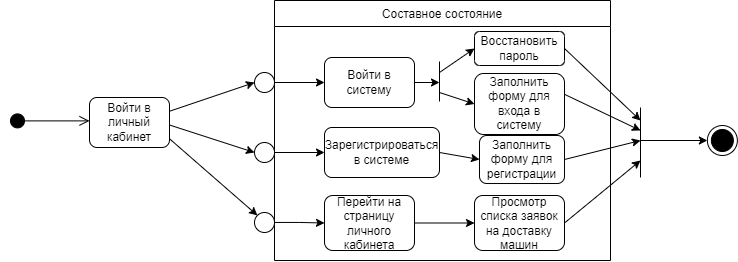
The draw.io diagram Diagrams/Диаграмма состояний (Statechart diagram)/Statechart diagram-Водитель-курьер.drawio.png in plnppt/Programming-technologies-project, before a commit. Source tidied: cells renumbered, new cells last; positions are measured from the earlier drawing's top-left corner, leaving out a move shared by most shapes. The source it was exported from:
```xml
<mxGraphModel>
  <root>
    <mxCell id="0" />
    <mxCell id="1" parent="0" />
    <mxCell id="2" style="html=1;verticalAlign=bottom;startArrow=circle;startFill=1;endArrow=open;startSize=6;endSize=8;rounded=0;" parent="1" edge="1">
      <mxGeometry relative="1" as="geometry">
        <mxPoint y="120.4" as="sourcePoint" />
        <mxPoint x="80" y="120.4" as="targetPoint" />
      </mxGeometry>
    </mxCell>
    <mxCell id="3" value="Войти в личный кабинет" style="rounded=1;whiteSpace=wrap;html=1;" parent="1" vertex="1">
      <mxGeometry x="80" y="97" width="80" height="50" as="geometry" />
    </mxCell>
    <mxCell id="4" value="Составное состояние" style="swimlane;fontStyle=0;horizontal=1;startSize=26;fillColor=none;" parent="1" vertex="1">
      <mxGeometry x="265" width="336" height="260" as="geometry" />
    </mxCell>
    <mxCell id="5" style="endArrow=none;html=1;rounded=0;" parent="4" edge="1">
      <mxGeometry relative="1" as="geometry">
        <mxPoint x="165" y="101" as="sourcePoint" />
        <mxPoint x="165" y="61" as="targetPoint" />
      </mxGeometry>
    </mxCell>
    <mxCell id="6" value="Войти в систему" style="rounded=1;whiteSpace=wrap;html=1;" parent="1" vertex="1">
      <mxGeometry x="315" y="57" width="90" height="50" as="geometry" />
    </mxCell>
    <mxCell id="7" value="Зарегистрироваться в системе" style="rounded=1;whiteSpace=wrap;html=1;" parent="1" vertex="1">
      <mxGeometry x="315" y="127" width="115" height="50" as="geometry" />
    </mxCell>
    <mxCell id="8" style="edgeStyle=orthogonalEdgeStyle;rounded=0;jettySize=auto;html=1;entryX=0;entryY=0.5;entryDx=0;entryDy=0;" parent="1" edge="1" source="9" target="32">
      <mxGeometry relative="1" as="geometry" />
    </mxCell>
    <mxCell id="9" value="Перейти на страницу личного кабинета" style="rounded=1;whiteSpace=wrap;html=1;" parent="1" vertex="1">
      <mxGeometry x="315" y="195" width="90" height="55" as="geometry" />
    </mxCell>
    <mxCell id="10" style="edgeStyle=orthogonalEdgeStyle;rounded=0;jettySize=auto;html=1;entryX=0;entryY=0.5;entryDx=0;entryDy=0;" parent="1" edge="1" source="11" target="6">
      <mxGeometry relative="1" as="geometry" />
    </mxCell>
    <mxCell id="11" style="ellipse;whiteSpace=wrap;html=1;" parent="1" vertex="1">
      <mxGeometry x="245" y="72" width="20" height="20" as="geometry" />
    </mxCell>
    <mxCell id="12" style="edgeStyle=orthogonalEdgeStyle;rounded=0;jettySize=auto;html=1;entryX=0;entryY=0.5;entryDx=0;entryDy=0;" parent="1" edge="1" source="13" target="7">
      <mxGeometry relative="1" as="geometry" />
    </mxCell>
    <mxCell id="13" style="ellipse;whiteSpace=wrap;html=1;" parent="1" vertex="1">
      <mxGeometry x="245" y="142" width="20" height="20" as="geometry" />
    </mxCell>
    <mxCell id="14" style="edgeStyle=orthogonalEdgeStyle;rounded=0;jettySize=auto;html=1;entryX=0;entryY=0.5;entryDx=0;entryDy=0;" parent="1" edge="1" source="15" target="9">
      <mxGeometry relative="1" as="geometry" />
    </mxCell>
    <mxCell id="15" style="ellipse;whiteSpace=wrap;html=1;" parent="1" vertex="1">
      <mxGeometry x="245" y="212" width="20" height="20" as="geometry" />
    </mxCell>
    <mxCell id="16" style="endArrow=classic;html=1;rounded=0;exitX=1;exitY=0.25;exitDx=0;exitDy=0;entryX=0;entryY=0.5;entryDx=0;entryDy=0;" parent="1" edge="1" target="11">
      <mxGeometry relative="1" as="geometry">
        <mxPoint x="160" y="110.8" as="sourcePoint" />
      </mxGeometry>
    </mxCell>
    <mxCell id="17" style="endArrow=classic;html=1;rounded=0;entryX=0;entryY=0.5;entryDx=0;entryDy=0;exitX=1;exitY=0.5;exitDx=0;exitDy=0;" parent="1" edge="1" target="13">
      <mxGeometry relative="1" as="geometry">
        <mxPoint x="160" y="124.5" as="sourcePoint" />
      </mxGeometry>
    </mxCell>
    <mxCell id="18" style="endArrow=classic;html=1;rounded=0;entryX=0;entryY=0;entryDx=0;entryDy=0;exitX=1;exitY=0.75;exitDx=0;exitDy=0;" parent="1" edge="1" target="15">
      <mxGeometry relative="1" as="geometry">
        <mxPoint x="160" y="138.3" as="sourcePoint" />
      </mxGeometry>
    </mxCell>
    <mxCell id="19" style="endArrow=none;html=1;rounded=0;" parent="1" edge="1">
      <mxGeometry relative="1" as="geometry">
        <mxPoint x="631" y="177" as="sourcePoint" />
        <mxPoint x="631" y="107" as="targetPoint" />
      </mxGeometry>
    </mxCell>
    <mxCell id="20" style="endArrow=classic;html=1;rounded=0;" parent="1" edge="1">
      <mxGeometry relative="1" as="geometry">
        <mxPoint x="631" y="140" as="sourcePoint" />
        <mxPoint x="697.9" y="140" as="targetPoint" />
      </mxGeometry>
    </mxCell>
    <mxCell id="21" style="ellipse;html=1;shape=endState;fillColor=#000000;strokeColor=#000000;" parent="1" vertex="1">
      <mxGeometry x="697.9" y="125" width="30" height="30" as="geometry" />
    </mxCell>
    <mxCell id="22" value="Заполнить форму для входа в систему" style="rounded=1;whiteSpace=wrap;html=1;" parent="1" vertex="1">
      <mxGeometry x="465" y="73" width="90" height="61" as="geometry" />
    </mxCell>
    <mxCell id="23" value="Восстановить пароль" style="rounded=1;whiteSpace=wrap;html=1;" parent="1" vertex="1">
      <mxGeometry x="465" y="31" width="90" height="34" as="geometry" />
    </mxCell>
    <mxCell id="24" style="endArrow=classic;html=1;rounded=0;entryX=0;entryY=0.5;entryDx=0;entryDy=0;" parent="1" edge="1" target="23">
      <mxGeometry relative="1" as="geometry">
        <mxPoint x="430" y="72" as="sourcePoint" />
      </mxGeometry>
    </mxCell>
    <mxCell id="25" style="endArrow=classic;html=1;rounded=0;entryX=0;entryY=0.5;entryDx=0;entryDy=0;" parent="1" edge="1" target="22">
      <mxGeometry relative="1" as="geometry">
        <mxPoint x="430" y="92" as="sourcePoint" />
      </mxGeometry>
    </mxCell>
    <mxCell id="26" style="endArrow=classic;html=1;rounded=0;exitX=1;exitY=0.5;exitDx=0;exitDy=0;" parent="1" edge="1" source="6">
      <mxGeometry relative="1" as="geometry">
        <mxPoint x="430" y="82" as="targetPoint" />
      </mxGeometry>
    </mxCell>
    <mxCell id="27" value="Заполнить форму для регистрации" style="rounded=1;whiteSpace=wrap;html=1;" parent="1" vertex="1">
      <mxGeometry x="470" y="135" width="85" height="48" as="geometry" />
    </mxCell>
    <mxCell id="28" style="endArrow=classic;html=1;rounded=0;entryX=0;entryY=0.5;entryDx=0;entryDy=0;exitX=1;exitY=0.5;exitDx=0;exitDy=0;" parent="1" edge="1" source="7" target="27">
      <mxGeometry relative="1" as="geometry" />
    </mxCell>
    <mxCell id="29" style="endArrow=classic;html=1;rounded=0;exitX=1;exitY=0.5;exitDx=0;exitDy=0;" parent="1" edge="1" source="23">
      <mxGeometry relative="1" as="geometry">
        <mxPoint x="631" y="120" as="targetPoint" />
      </mxGeometry>
    </mxCell>
    <mxCell id="30" style="endArrow=classic;html=1;rounded=0;exitX=0.997;exitY=0.339;exitDx=0;exitDy=0;exitPerimeter=0;" parent="1" edge="1" source="22">
      <mxGeometry relative="1" as="geometry">
        <mxPoint x="631" y="130" as="targetPoint" />
      </mxGeometry>
    </mxCell>
    <mxCell id="31" style="endArrow=classic;html=1;rounded=0;exitX=1;exitY=0.5;exitDx=0;exitDy=0;" parent="1" edge="1" source="27">
      <mxGeometry relative="1" as="geometry">
        <mxPoint x="631" y="140" as="targetPoint" />
      </mxGeometry>
    </mxCell>
    <mxCell id="32" value="Просмотр списка заявок на доставку машин" style="rounded=1;whiteSpace=wrap;html=1;" parent="1" vertex="1">
      <mxGeometry x="465" y="195" width="90" height="55" as="geometry" />
    </mxCell>
    <mxCell id="33" style="endArrow=classic;html=1;rounded=0;exitX=1;exitY=0.5;exitDx=0;exitDy=0;" parent="1" edge="1" source="32">
      <mxGeometry relative="1" as="geometry">
        <mxPoint x="631" y="160" as="targetPoint" />
      </mxGeometry>
    </mxCell>
  </root>
</mxGraphModel>
```
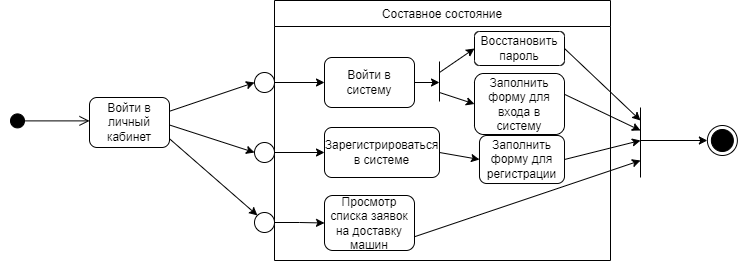
Later version of the same file.

Change to the diagram source:
```diff
@@ -26,12 +26,6 @@
     <mxCell id="7" value="Зарегистрироваться в системе" style="rounded=1;whiteSpace=wrap;html=1;" parent="1" vertex="1">
       <mxGeometry x="315" y="127" width="115" height="50" as="geometry" />
     </mxCell>
-    <mxCell id="8" style="edgeStyle=orthogonalEdgeStyle;rounded=0;jettySize=auto;html=1;entryX=0;entryY=0.5;entryDx=0;entryDy=0;" parent="1" edge="1" source="9" target="32">
-      <mxGeometry relative="1" as="geometry" />
-    </mxCell>
-    <mxCell id="9" value="Перейти на страницу личного кабинета" style="rounded=1;whiteSpace=wrap;html=1;" parent="1" vertex="1">
-      <mxGeometry x="315" y="195" width="90" height="55" as="geometry" />
-    </mxCell>
     <mxCell id="10" style="edgeStyle=orthogonalEdgeStyle;rounded=0;jettySize=auto;html=1;entryX=0;entryY=0.5;entryDx=0;entryDy=0;" parent="1" edge="1" source="11" target="6">
       <mxGeometry relative="1" as="geometry" />
     </mxCell>
@@ -44,7 +38,7 @@
     <mxCell id="13" style="ellipse;whiteSpace=wrap;html=1;" parent="1" vertex="1">
       <mxGeometry x="245" y="142" width="20" height="20" as="geometry" />
     </mxCell>
-    <mxCell id="14" style="edgeStyle=orthogonalEdgeStyle;rounded=0;jettySize=auto;html=1;entryX=0;entryY=0.5;entryDx=0;entryDy=0;" parent="1" edge="1" source="15" target="9">
+    <mxCell id="14" style="edgeStyle=orthogonalEdgeStyle;rounded=0;jettySize=auto;html=1;entryX=0;entryY=0.5;entryDx=0;entryDy=0;" parent="1" edge="1" source="15" target="32">
       <mxGeometry relative="1" as="geometry" />
     </mxCell>
     <mxCell id="15" style="ellipse;whiteSpace=wrap;html=1;" parent="1" vertex="1">
@@ -123,9 +117,9 @@
       </mxGeometry>
     </mxCell>
     <mxCell id="32" value="Просмотр списка заявок на доставку машин" style="rounded=1;whiteSpace=wrap;html=1;" parent="1" vertex="1">
-      <mxGeometry x="465" y="195" width="90" height="55" as="geometry" />
+      <mxGeometry x="315" y="195" width="90" height="55" as="geometry" />
     </mxCell>
-    <mxCell id="33" style="endArrow=classic;html=1;rounded=0;exitX=1;exitY=0.5;exitDx=0;exitDy=0;" parent="1" edge="1" source="32">
+    <mxCell id="33" style="endArrow=classic;html=1;rounded=0;exitX=1;exitY=0.75;exitDx=0;exitDy=0;" parent="1" edge="1" source="32">
       <mxGeometry relative="1" as="geometry">
         <mxPoint x="631" y="160" as="targetPoint" />
       </mxGeometry>
```
